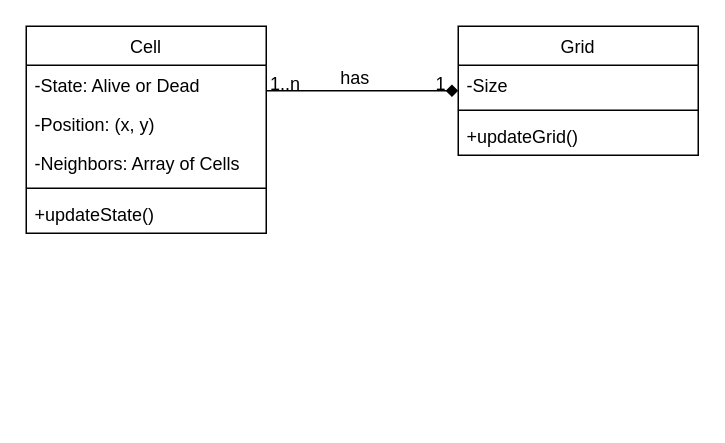
Earlier version of the draw.io diagram Class Diagram.drawio (trujimat/Crustaceans-of-life). Source tidied: cells renumbered, new cells numbered last; positions are measured from the earlier drawing's top-left corner, leaving out a move shared by most shapes. Both pictures are drawn from the tidied source at 150%, with x=0, y=0 at pixel (26, 26).
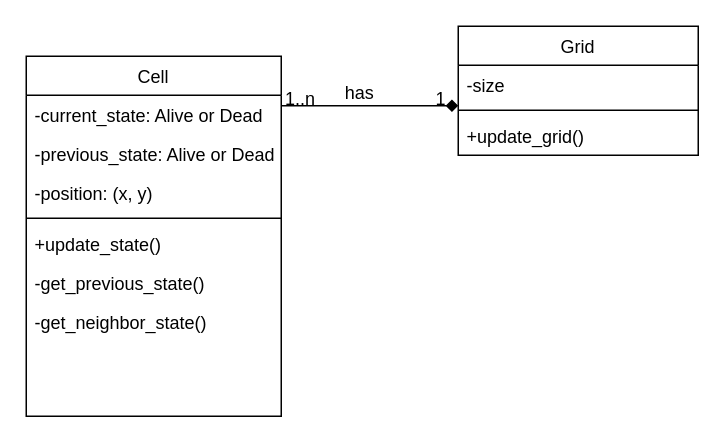
The same diagram, later.

Commit message:
added methods and attributes to cell

Unchanged cells that the change refers to:
```xml
<mxCell id="8" value="Grid" style="swimlane;fontStyle=0;align=center;verticalAlign=top;horizontal=1;startSize=26;rounded=0;shadow=0;strokeWidth=1;" parent="1" vertex="1">
  <mxGeometry x="288" width="160" height="86" as="geometry" />
</mxCell>
```

Change to the diagram source:
```diff
@@
     <mxCell id="2" value="Cell" style="swimlane;fontStyle=0;align=center;verticalAlign=top;horizontal=1;startSize=26;rounded=0;shadow=0;strokeWidth=1;" parent="1" vertex="1">
-      <mxGeometry width="160" height="138" as="geometry" />
+      <mxGeometry y="20" width="170" height="240" as="geometry" />
     </mxCell>
-    <mxCell id="3" value="-State: Alive or Dead" style="text;align=left;verticalAlign=top;spacingLeft=4;spacingRight=4;overflow=hidden;" parent="2" vertex="1">
-      <mxGeometry y="26" width="160" height="26" as="geometry" />
+    <mxCell id="3" value="-current_state: Alive or Dead" style="text;align=left;verticalAlign=top;spacingLeft=4;spacingRight=4;overflow=hidden;" parent="2" vertex="1">
+      <mxGeometry y="26" width="170" height="26" as="geometry" />
     </mxCell>
-    <mxCell id="4" value="-Position: (x, y)" style="text;align=left;verticalAlign=top;spacingLeft=4;spacingRight=4;overflow=hidden;rounded=0;shadow=0;html=0;" parent="2" vertex="1">
-      <mxGeometry y="52" width="160" height="26" as="geometry" />
-    </mxCell>
-    <mxCell id="5" value="-Neighbors: Array of Cells" style="text;align=left;verticalAlign=top;spacingLeft=4;spacingRight=4;overflow=hidden;rounded=0;shadow=0;html=0;" parent="2" vertex="1">
-      <mxGeometry y="78" width="160" height="26" as="geometry" />
+    <mxCell id="5" value="-previous_state: Alive or Dead&#10;" style="text;align=left;verticalAlign=top;spacingLeft=4;spacingRight=4;overflow=hidden;rounded=0;shadow=0;html=0;" parent="2" vertex="1">
+      <mxGeometry y="52" width="170" height="26" as="geometry" />
     </mxCell>
+    <mxCell id="16" value="-position: (x, y)" style="text;align=left;verticalAlign=top;spacingLeft=4;spacingRight=4;overflow=hidden;rounded=0;shadow=0;html=0;" parent="2" vertex="1">
+      <mxGeometry y="78" width="170" height="26" as="geometry" />
+    </mxCell>
     <mxCell id="6" style="line;html=1;strokeWidth=1;align=left;verticalAlign=middle;spacingTop=-1;spacingLeft=3;spacingRight=3;labelPosition=right;" parent="2" vertex="1">
-      <mxGeometry y="104" width="160" height="8" as="geometry" />
+      <mxGeometry y="104" width="170" height="8" as="geometry" />
     </mxCell>
-    <mxCell id="7" value="+updateState()" style="text;align=left;verticalAlign=top;spacingLeft=4;spacingRight=4;overflow=hidden;" parent="2" vertex="1">
-      <mxGeometry y="112" width="160" height="26" as="geometry" />
+    <mxCell id="7" value="+update_state()" style="text;align=left;verticalAlign=top;spacingLeft=4;spacingRight=4;overflow=hidden;" parent="2" vertex="1">
+      <mxGeometry y="112" width="170" height="26" as="geometry" />
     </mxCell>
+    <mxCell id="17" value="-get_previous_state()" style="text;align=left;verticalAlign=top;spacingLeft=4;spacingRight=4;overflow=hidden;" parent="2" vertex="1">
+      <mxGeometry y="138" width="170" height="26" as="geometry" />
+    </mxCell>
+    <mxCell id="18" value="-get_neighbor_state()" style="text;align=left;verticalAlign=top;spacingLeft=4;spacingRight=4;overflow=hidden;" parent="2" vertex="1">
+      <mxGeometry y="164" width="170" height="26" as="geometry" />
+    </mxCell>
@@
-    <mxCell id="9" value="-Size" style="text;align=left;verticalAlign=top;spacingLeft=4;spacingRight=4;overflow=hidden;" parent="8" vertex="1">
+    <mxCell id="9" value="-size" style="text;align=left;verticalAlign=top;spacingLeft=4;spacingRight=4;overflow=hidden;" parent="8" vertex="1">
       <mxGeometry y="26" width="160" height="26" as="geometry" />
     </mxCell>
@@
-    <mxCell id="11" value="+updateGrid()" style="text;align=left;verticalAlign=top;spacingLeft=4;spacingRight=4;overflow=hidden;" parent="8" vertex="1">
+    <mxCell id="11" value="+update_grid()" style="text;align=left;verticalAlign=top;spacingLeft=4;spacingRight=4;overflow=hidden;" parent="8" vertex="1">
       <mxGeometry y="60" width="160" height="26" as="geometry" />
     </mxCell>
```
